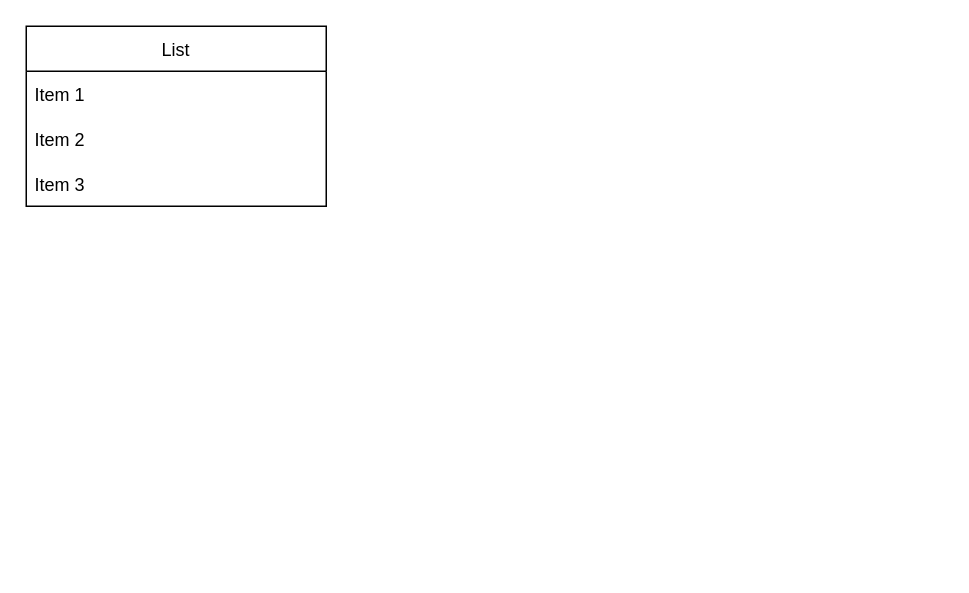
Above: Untitled Diagram.drawio in Cole-W18164/temp-converter (draw.io), before the change. Source tidied: cells renumbered, new cells numbered last; positions are measured from the earlier drawing's top-left corner, leaving out a move shared by most shapes. Both pictures are drawn from the tidied source at 150%, with x=0, y=0 at pixel (26, 26).
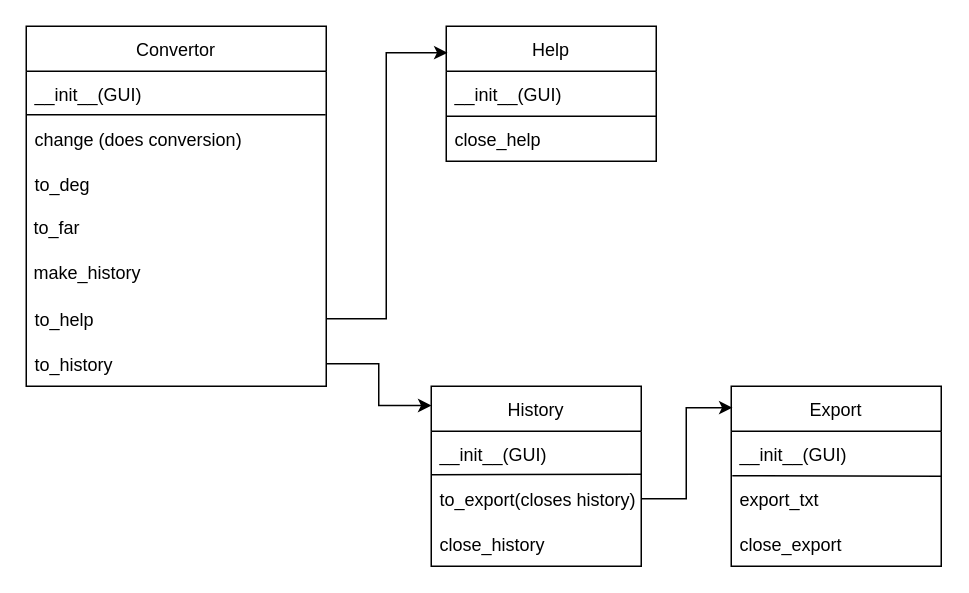
The same diagram, later.

Change to the diagram source:
```diff
@@
-    <mxCell id="2" value="List" style="swimlane;fontStyle=0;horizontal=1;startSize=30;" parent="1" vertex="1">
-      <mxGeometry width="200" height="120" as="geometry" />
+    <mxCell id="2" value="Convertor" style="swimlane;fontStyle=0;horizontal=1;startSize=30;" parent="1" vertex="1">
+      <mxGeometry width="200" height="240" as="geometry" />
     </mxCell>
-    <mxCell id="3" value="Item 1" style="text;strokeColor=none;fillColor=none;align=left;verticalAlign=middle;spacingLeft=4;spacingRight=4;overflow=hidden;" parent="2" vertex="1">
+    <mxCell id="3" value="__init__(GUI)" style="text;strokeColor=none;fillColor=none;align=left;verticalAlign=middle;spacingLeft=4;spacingRight=4;overflow=hidden;" parent="2" vertex="1">
       <mxGeometry y="30" width="200" height="30" as="geometry" />
     </mxCell>
+    <mxCell id="6" style="endArrow=none;html=1;rounded=0;entryX=0.998;entryY=-0.033;entryDx=0;entryDy=0;entryPerimeter=0;" parent="2" edge="1" target="4">
+      <mxGeometry relative="1" as="geometry">
+        <mxPoint y="59" as="sourcePoint" />
+      </mxGeometry>
+    </mxCell>
-    <mxCell id="4" value="Item 2" style="text;strokeColor=none;fillColor=none;align=left;verticalAlign=middle;spacingLeft=4;spacingRight=4;overflow=hidden;points=[[0,0.5],[1,0.5]];portConstraint=eastwest;" parent="2" vertex="1">
+    <mxCell id="4" value="change (does conversion)    " style="text;strokeColor=none;fillColor=none;align=left;verticalAlign=middle;spacingLeft=4;spacingRight=4;overflow=hidden;points=[[0,0.5],[1,0.5]];portConstraint=eastwest;" parent="2" vertex="1">
       <mxGeometry y="60" width="200" height="30" as="geometry" />
     </mxCell>
-    <mxCell id="5" value="Item 3" style="text;strokeColor=none;fillColor=none;align=left;verticalAlign=middle;spacingLeft=4;spacingRight=4;overflow=hidden;" parent="2" vertex="1">
+    <mxCell id="5" value="to_deg" style="text;strokeColor=none;fillColor=none;align=left;verticalAlign=middle;spacingLeft=4;spacingRight=4;overflow=hidden;" parent="2" vertex="1">
       <mxGeometry y="90" width="200" height="30" as="geometry" />
     </mxCell>
+    <mxCell id="7" value="&amp;nbsp;to_far" style="text;html=1;strokeColor=none;fillColor=none;align=left;verticalAlign=middle;whiteSpace=wrap;rounded=0;" parent="2" vertex="1">
+      <mxGeometry y="120" width="200" height="30" as="geometry" />
+    </mxCell>
+    <mxCell id="8" value="&amp;nbsp;make_history" style="text;html=1;strokeColor=none;fillColor=none;align=left;verticalAlign=middle;whiteSpace=wrap;rounded=0;" parent="2" vertex="1">
+      <mxGeometry y="150" width="200" height="30" as="geometry" />
+    </mxCell>
+    <mxCell id="9" value="to_help" style="text;strokeColor=none;fillColor=none;align=left;verticalAlign=middle;spacingLeft=4;spacingRight=4;overflow=hidden;points=[[0,0.5],[1,0.5]];portConstraint=eastwest;" parent="2" vertex="1">
+      <mxGeometry y="180" width="200" height="30" as="geometry" />
+    </mxCell>
+    <mxCell id="10" value="to_history" style="text;strokeColor=none;fillColor=none;align=left;verticalAlign=middle;spacingLeft=4;spacingRight=4;overflow=hidden;points=[[0,0.5],[1,0.5]];portConstraint=eastwest;" parent="2" vertex="1">
+      <mxGeometry y="210" width="200" height="30" as="geometry" />
+    </mxCell>
+    <mxCell id="11" value="Help" style="swimlane;fontStyle=0;horizontal=1;startSize=30;" parent="1" vertex="1">
+      <mxGeometry x="280" width="140" height="90" as="geometry" />
+    </mxCell>
+    <mxCell id="12" value="__init__(GUI)" style="text;strokeColor=none;fillColor=none;align=left;verticalAlign=middle;spacingLeft=4;spacingRight=4;overflow=hidden;" parent="11" vertex="1">
+      <mxGeometry y="30" width="140" height="30" as="geometry" />
+    </mxCell>
+    <mxCell id="13" value="close_help" style="text;strokeColor=none;fillColor=none;align=left;verticalAlign=middle;spacingLeft=4;spacingRight=4;overflow=hidden;" parent="11" vertex="1">
+      <mxGeometry y="60" width="140" height="30" as="geometry" />
+    </mxCell>
+    <mxCell id="14" style="endArrow=none;html=1;rounded=0;" parent="1" edge="1">
+      <mxGeometry relative="1" as="geometry">
+        <mxPoint x="280" y="60" as="sourcePoint" />
+        <mxPoint x="420" y="60" as="targetPoint" />
+      </mxGeometry>
+    </mxCell>
+    <mxCell id="15" style="edgeStyle=orthogonalEdgeStyle;rounded=0;jettySize=auto;html=1;entryX=0.006;entryY=0.196;entryDx=0;entryDy=0;entryPerimeter=0;" parent="1" edge="1" source="9" target="11">
+      <mxGeometry relative="1" as="geometry" />
+    </mxCell>
+    <mxCell id="16" value="History" style="swimlane;fontStyle=0;horizontal=1;startSize=30;" parent="1" vertex="1">
+      <mxGeometry x="270" y="240" width="140" height="120" as="geometry" />
+    </mxCell>
+    <mxCell id="17" value="__init__(GUI)" style="text;strokeColor=none;fillColor=none;align=left;verticalAlign=middle;spacingLeft=4;spacingRight=4;overflow=hidden;" parent="16" vertex="1">
+      <mxGeometry y="30" width="140" height="30" as="geometry" />
+    </mxCell>
+    <mxCell id="18" style="endArrow=none;html=1;rounded=0;entryX=0.998;entryY=-0.033;entryDx=0;entryDy=0;entryPerimeter=0;" parent="16" edge="1">
+      <mxGeometry relative="1" as="geometry">
+        <mxPoint y="59" as="sourcePoint" />
+        <mxPoint x="140" y="58.6" as="targetPoint" />
+      </mxGeometry>
+    </mxCell>
+    <mxCell id="19" value="to_export(closes history)" style="text;strokeColor=none;fillColor=none;align=left;verticalAlign=middle;spacingLeft=4;spacingRight=4;overflow=hidden;points=[[0,0.5],[1,0.5]];portConstraint=eastwest;" parent="16" vertex="1">
+      <mxGeometry y="60" width="140" height="30" as="geometry" />
+    </mxCell>
+    <mxCell id="20" value="close_history" style="text;strokeColor=none;fillColor=none;align=left;verticalAlign=middle;spacingLeft=4;spacingRight=4;overflow=hidden;" parent="16" vertex="1">
+      <mxGeometry y="90" width="140" height="30" as="geometry" />
+    </mxCell>
+    <mxCell id="21" value="Export" style="swimlane;fontStyle=0;horizontal=1;startSize=30;" parent="1" vertex="1">
+      <mxGeometry x="470" y="240" width="140" height="120" as="geometry" />
+    </mxCell>
+    <mxCell id="22" value="__init__(GUI)" style="text;strokeColor=none;fillColor=none;align=left;verticalAlign=middle;spacingLeft=4;spacingRight=4;overflow=hidden;" parent="21" vertex="1">
+      <mxGeometry y="30" width="140" height="30" as="geometry" />
+    </mxCell>
+    <mxCell id="23" style="endArrow=none;html=1;rounded=0;entryX=0.998;entryY=-0.033;entryDx=0;entryDy=0;entryPerimeter=0;exitX=0.005;exitY=-0.013;exitDx=0;exitDy=0;exitPerimeter=0;" parent="21" edge="1" source="24">
+      <mxGeometry relative="1" as="geometry">
+        <mxPoint x="140" y="60" as="targetPoint" />
+      </mxGeometry>
+    </mxCell>
+    <mxCell id="24" value="export_txt" style="text;strokeColor=none;fillColor=none;align=left;verticalAlign=middle;spacingLeft=4;spacingRight=4;overflow=hidden;points=[[0,0.5],[1,0.5]];portConstraint=eastwest;" parent="21" vertex="1">
+      <mxGeometry y="60" width="140" height="30" as="geometry" />
+    </mxCell>
+    <mxCell id="25" value="close_export" style="text;strokeColor=none;fillColor=none;align=left;verticalAlign=middle;spacingLeft=4;spacingRight=4;overflow=hidden;" parent="21" vertex="1">
+      <mxGeometry y="90" width="140" height="30" as="geometry" />
+    </mxCell>
+    <mxCell id="26" style="edgeStyle=orthogonalEdgeStyle;rounded=0;jettySize=auto;html=1;entryX=0.006;entryY=0.119;entryDx=0;entryDy=0;entryPerimeter=0;" parent="1" edge="1" source="19" target="21">
+      <mxGeometry relative="1" as="geometry" />
+    </mxCell>
+    <mxCell id="27" style="edgeStyle=orthogonalEdgeStyle;rounded=0;jettySize=auto;html=1;entryX=0.001;entryY=0.107;entryDx=0;entryDy=0;entryPerimeter=0;" parent="1" edge="1" source="10" target="16">
+      <mxGeometry relative="1" as="geometry" />
+    </mxCell>
```
